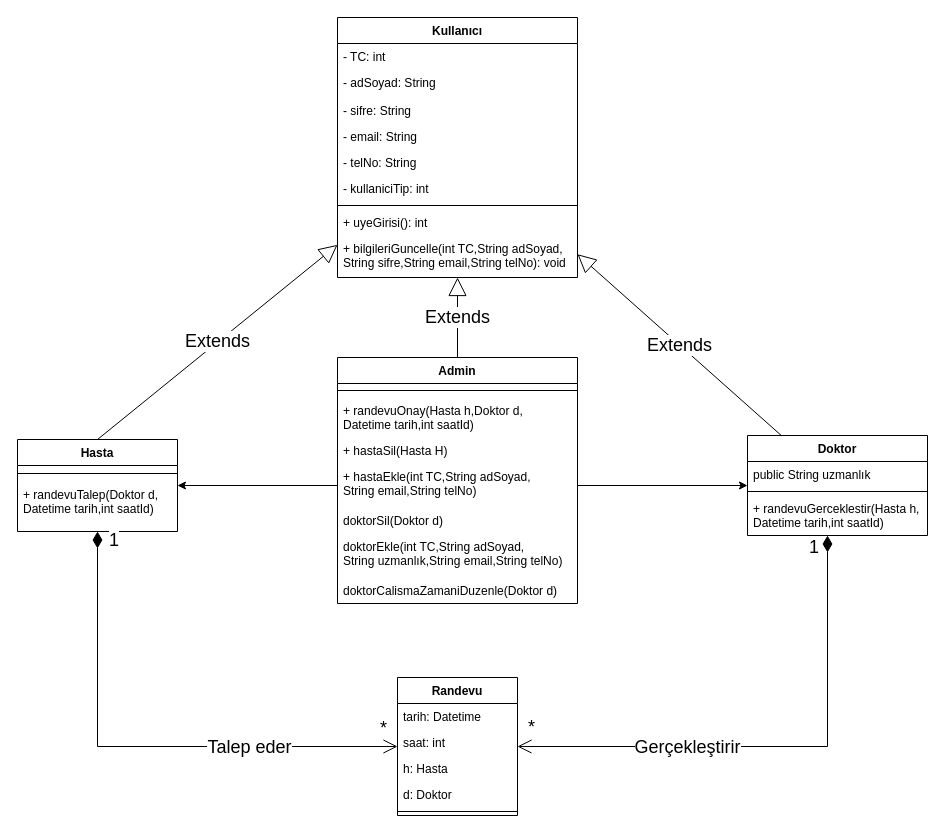
Earlier version of the draw.io diagram Başlıksız Diyagram.drawio (Muzolas/diagram). Source tidied: cells renumbered, new cells numbered last; positions are measured from the earlier drawing's top-left corner, leaving out a move shared by most shapes. Both pictures are drawn from the tidied source at 100%, with x=0, y=0 at pixel (17, 17).
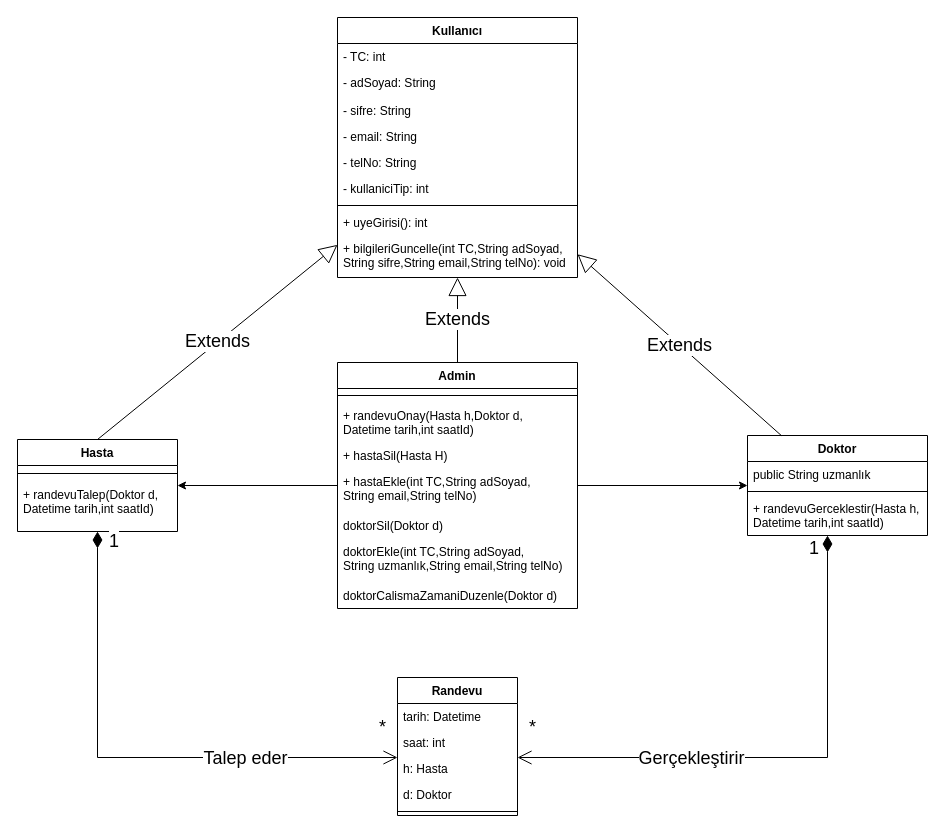
The same diagram, later.

The change refers to these unchanged cells:
```xml
<mxCell id="16" value="+ hastaEkle(int TC,String adSoyad,&#10;String email,String telNo)" style="text;strokeColor=none;fillColor=none;align=left;verticalAlign=top;spacingLeft=4;spacingRight=4;overflow=hidden;points=[[0,0.5],[1,0.5]];portConstraint=eastwest;" parent="12" vertex="1">
  <mxGeometry y="106" width="240" height="44" as="geometry" />
</mxCell>
<mxCell id="20" value="Hasta" style="swimlane;fontStyle=1;align=center;verticalAlign=top;horizontal=1;startSize=26;" parent="1" vertex="1">
  <mxGeometry y="422" width="160" height="92" as="geometry" />
</mxCell>
<mxCell id="23" value="Doktor" style="swimlane;fontStyle=1;align=center;verticalAlign=top;horizontal=1;startSize=26;" parent="1" vertex="1">
  <mxGeometry x="730" y="418" width="180" height="100" as="geometry" />
</mxCell>
<mxCell id="27" value="Randevu" style="swimlane;fontStyle=1;align=center;verticalAlign=top;horizontal=1;startSize=26;" parent="1" vertex="1">
  <mxGeometry x="380" y="660" width="120" height="138" as="geometry" />
</mxCell>
```

What changed in the source:
```diff
@@
     <mxCell id="12" value="Admin" style="swimlane;fontStyle=1;align=center;verticalAlign=top;horizontal=1;startSize=26;" parent="1" vertex="1">
-      <mxGeometry x="320" y="340" width="240" height="246" as="geometry" />
+      <mxGeometry x="320" y="345" width="240" height="246" as="geometry" />
     </mxCell>
@@
     <mxCell id="33" value="&lt;font style=&quot;font-size: 18px;&quot;&gt;1&lt;/font&gt;" style="endArrow=open;html=1;endSize=12;startArrow=diamondThin;startSize=14;startFill=1;edgeStyle=orthogonalEdgeStyle;align=left;verticalAlign=bottom;rounded=0;" parent="1" edge="1" source="20" target="27">
       <mxGeometry x="-0.91" y="10" relative="1" as="geometry">
         <Array as="points">
-          <mxPoint x="80" y="729" />
+          <mxPoint x="80" y="740" />
         </Array>
       </mxGeometry>
     </mxCell>
@@
     <mxCell id="35" value="*" style="text;html=1;align=center;verticalAlign=middle;strokeColor=none;fillColor=none;fontSize=18;" parent="1" vertex="1">
-      <mxGeometry x="351" y="691" width="30" height="40" as="geometry" />
+      <mxGeometry x="350" y="690" width="30" height="40" as="geometry" />
     </mxCell>
     <mxCell id="36" value="1" style="endArrow=open;html=1;endSize=12;startArrow=diamondThin;startSize=14;startFill=1;edgeStyle=orthogonalEdgeStyle;align=left;verticalAlign=bottom;rounded=0;fontSize=18;" parent="1" edge="1" source="23" target="27">
       <mxGeometry x="-0.9" y="-20" relative="1" as="geometry">
         <Array as="points">
-          <mxPoint x="810" y="729" />
+          <mxPoint x="810" y="740" />
         </Array>
       </mxGeometry>
     </mxCell>
@@
     <mxCell id="38" value="*" style="text;html=1;align=center;verticalAlign=middle;strokeColor=none;fillColor=none;fontSize=18;" parent="1" vertex="1">
-      <mxGeometry x="499" y="690" width="30" height="40" as="geometry" />
+      <mxGeometry x="500" y="690" width="30" height="40" as="geometry" />
     </mxCell>
@@
-    <mxCell id="42" style="edgeStyle=orthogonalEdgeStyle;rounded=0;jettySize=auto;html=1;exitX=0;exitY=0.5;exitDx=0;exitDy=0;fontSize=18;" parent="1" edge="1" source="16" target="20">
+    <mxCell id="42" style="edgeStyle=orthogonalEdgeStyle;rounded=0;jettySize=auto;html=1;fontSize=18;" parent="1" edge="1" source="12" target="20">
       <mxGeometry relative="1" as="geometry" />
     </mxCell>
-    <mxCell id="43" style="edgeStyle=orthogonalEdgeStyle;rounded=0;jettySize=auto;html=1;exitX=1;exitY=0.5;exitDx=0;exitDy=0;fontSize=18;" parent="1" edge="1" source="16" target="23">
+    <mxCell id="43" style="edgeStyle=orthogonalEdgeStyle;rounded=0;jettySize=auto;html=1;fontSize=18;" parent="1" edge="1" source="12" target="23">
       <mxGeometry relative="1" as="geometry" />
     </mxCell>
```
